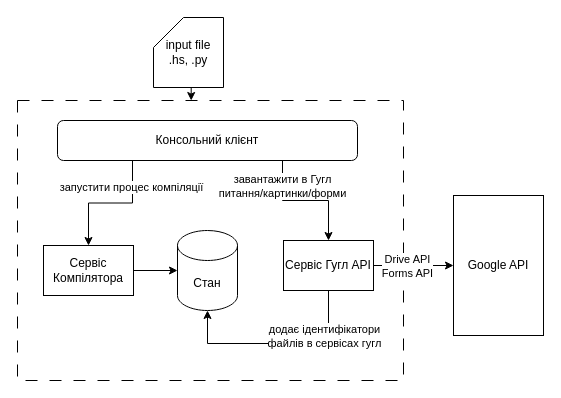
Above: page "Page-1" (1 of 4) of diagrams/arcitecture.drawio in Gera3dartist/quiz_compiler (draw.io), before the change. Source tidied: cells renumbered, new cells numbered last; positions are measured from the earlier drawing's top-left corner, leaving out a move shared by most shapes. Both pictures are drawn from the tidied source at 100%, with x=0, y=0 at pixel (17, 17).
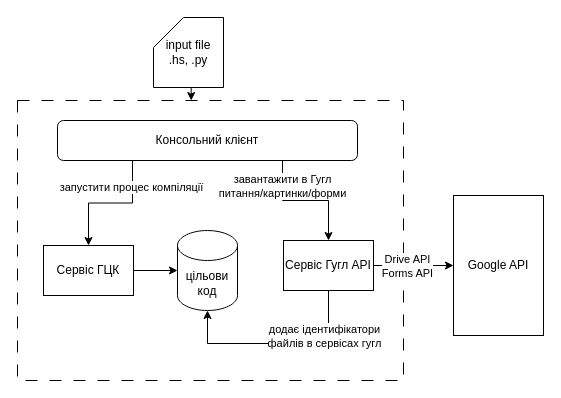
The same diagram, later.

What changed in the source:
```diff
@@
-    <mxCell id="5" value="Сервіс Компілятора" style="rounded=0;whiteSpace=wrap;html=1;" parent="1" vertex="1">
+    <mxCell id="5" value="Сервіс ГЦК" style="rounded=0;whiteSpace=wrap;html=1;" parent="1" vertex="1">
       <mxGeometry x="26" y="228" width="90" height="50" as="geometry" />
     </mxCell>
@@
-    <mxCell id="11" value="Стан" style="shape=cylinder3;whiteSpace=wrap;html=1;boundedLbl=1;backgroundOutline=1;size=15;" parent="1" vertex="1">
+    <mxCell id="11" value="цільови код" style="shape=cylinder3;whiteSpace=wrap;html=1;boundedLbl=1;backgroundOutline=1;size=15;" parent="1" vertex="1">
       <mxGeometry x="160" y="213" width="60" height="80" as="geometry" />
     </mxCell>
```
